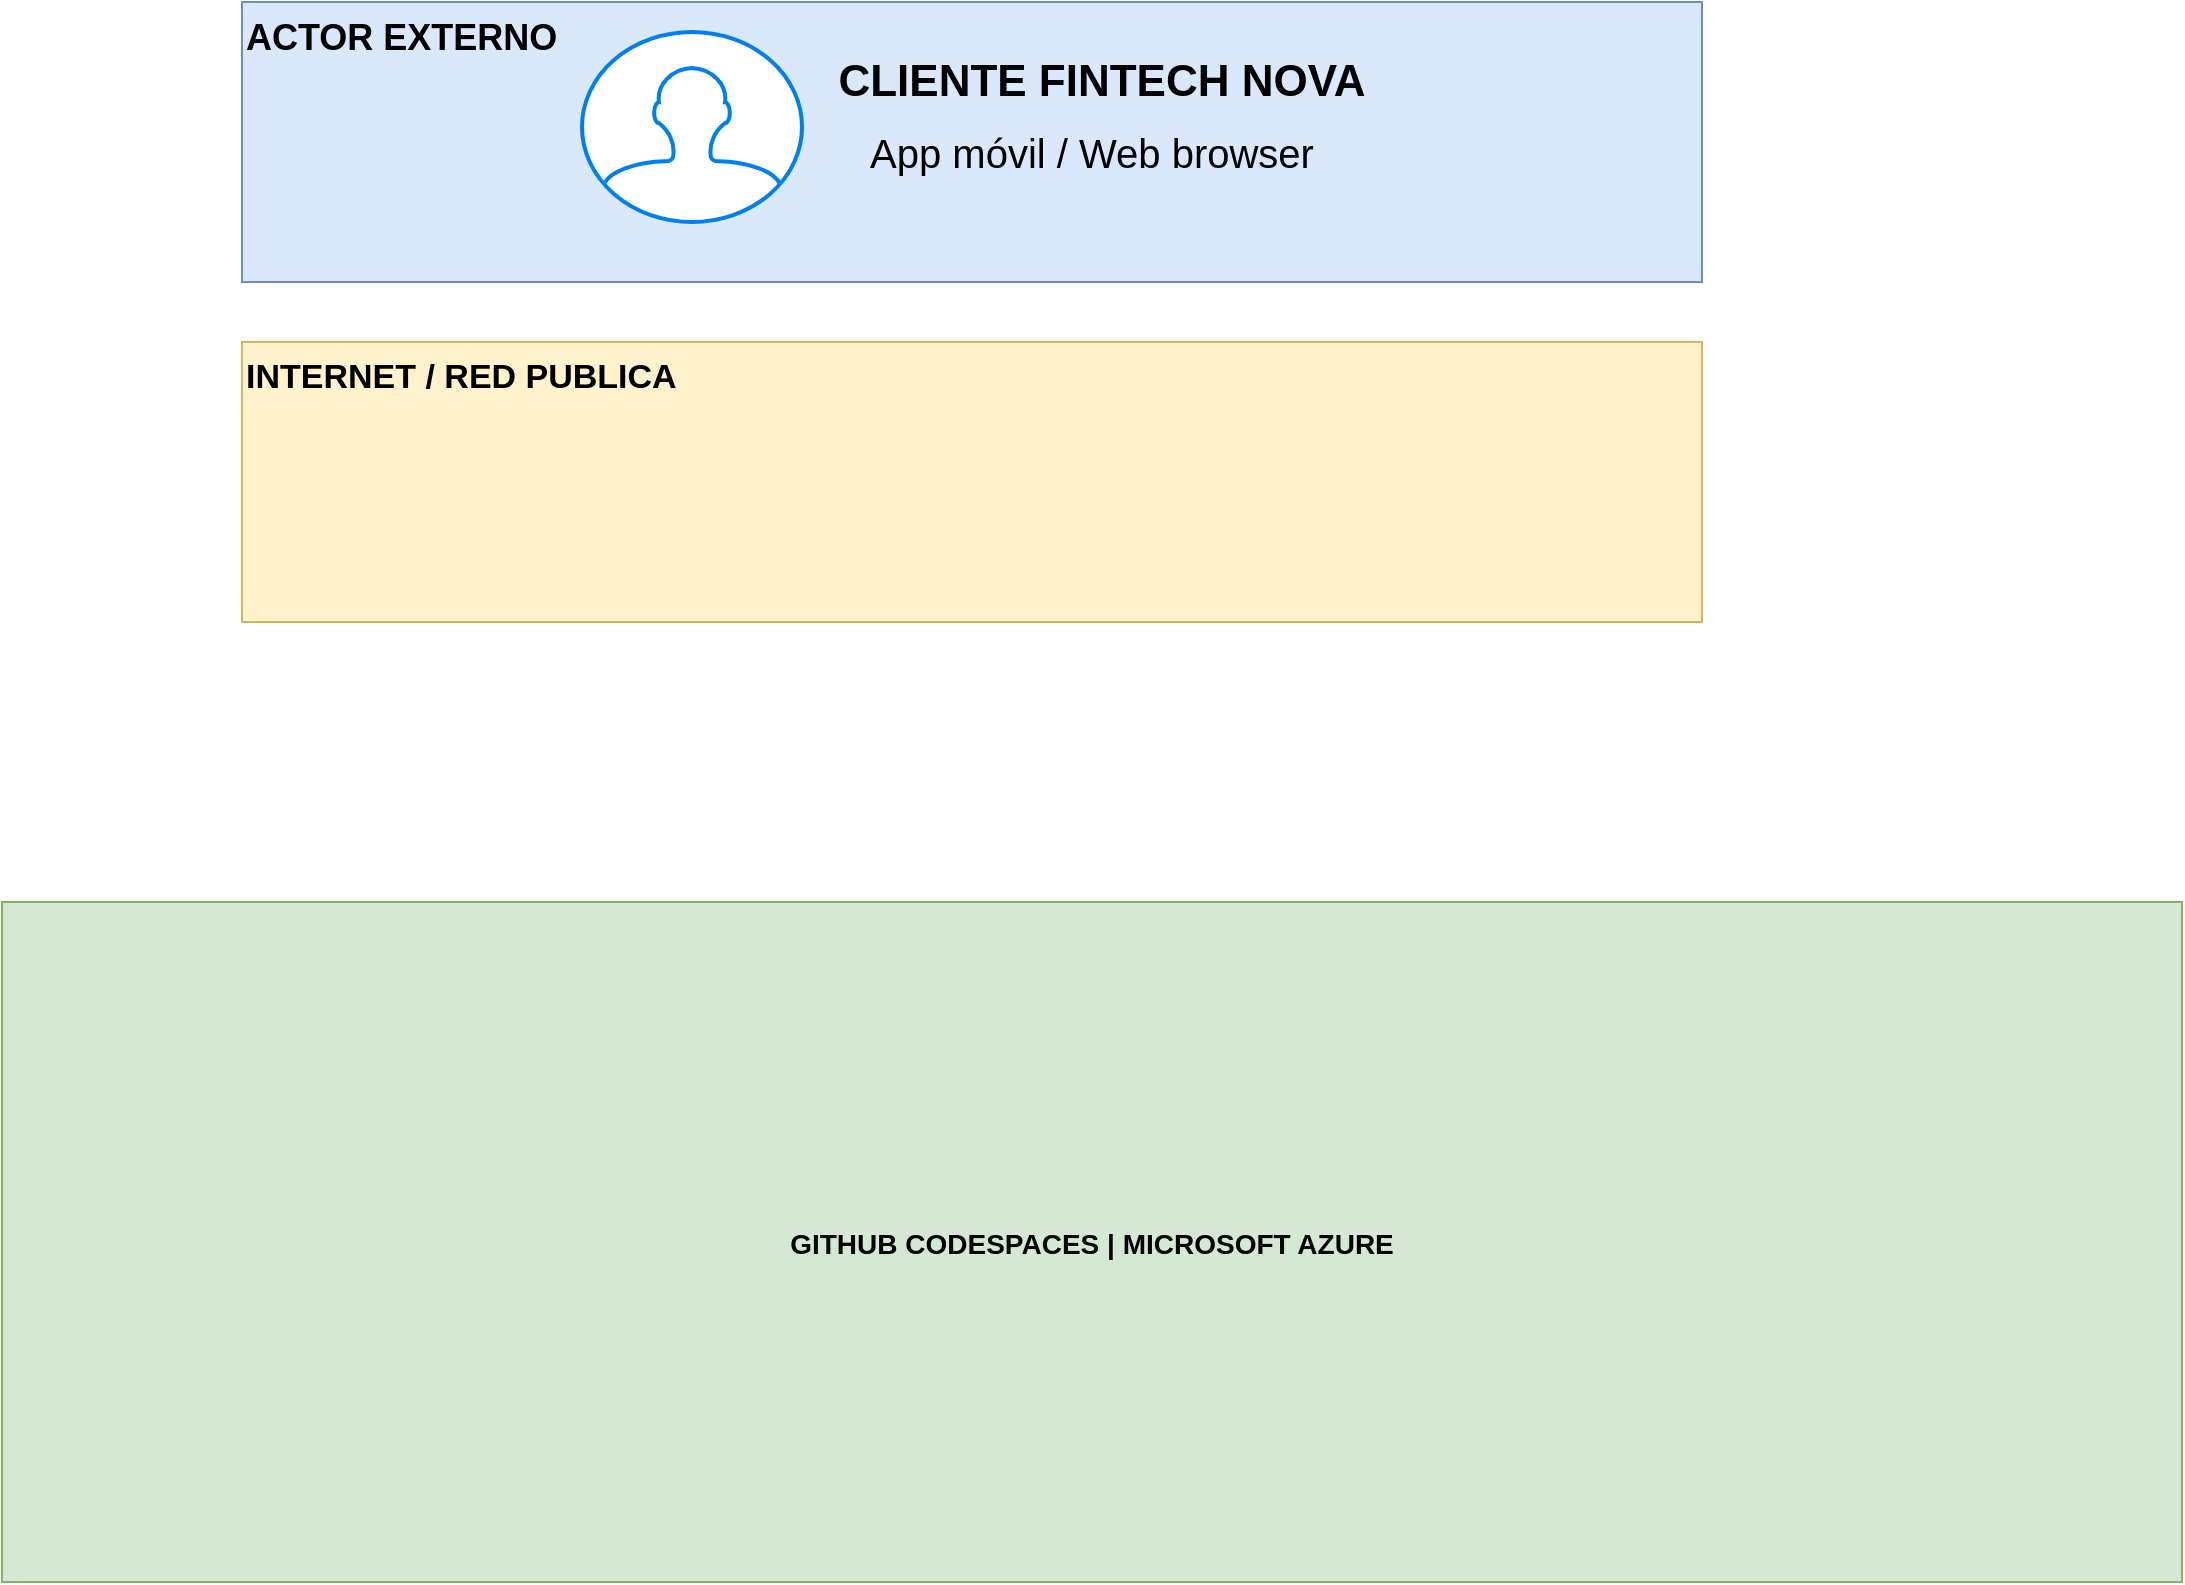
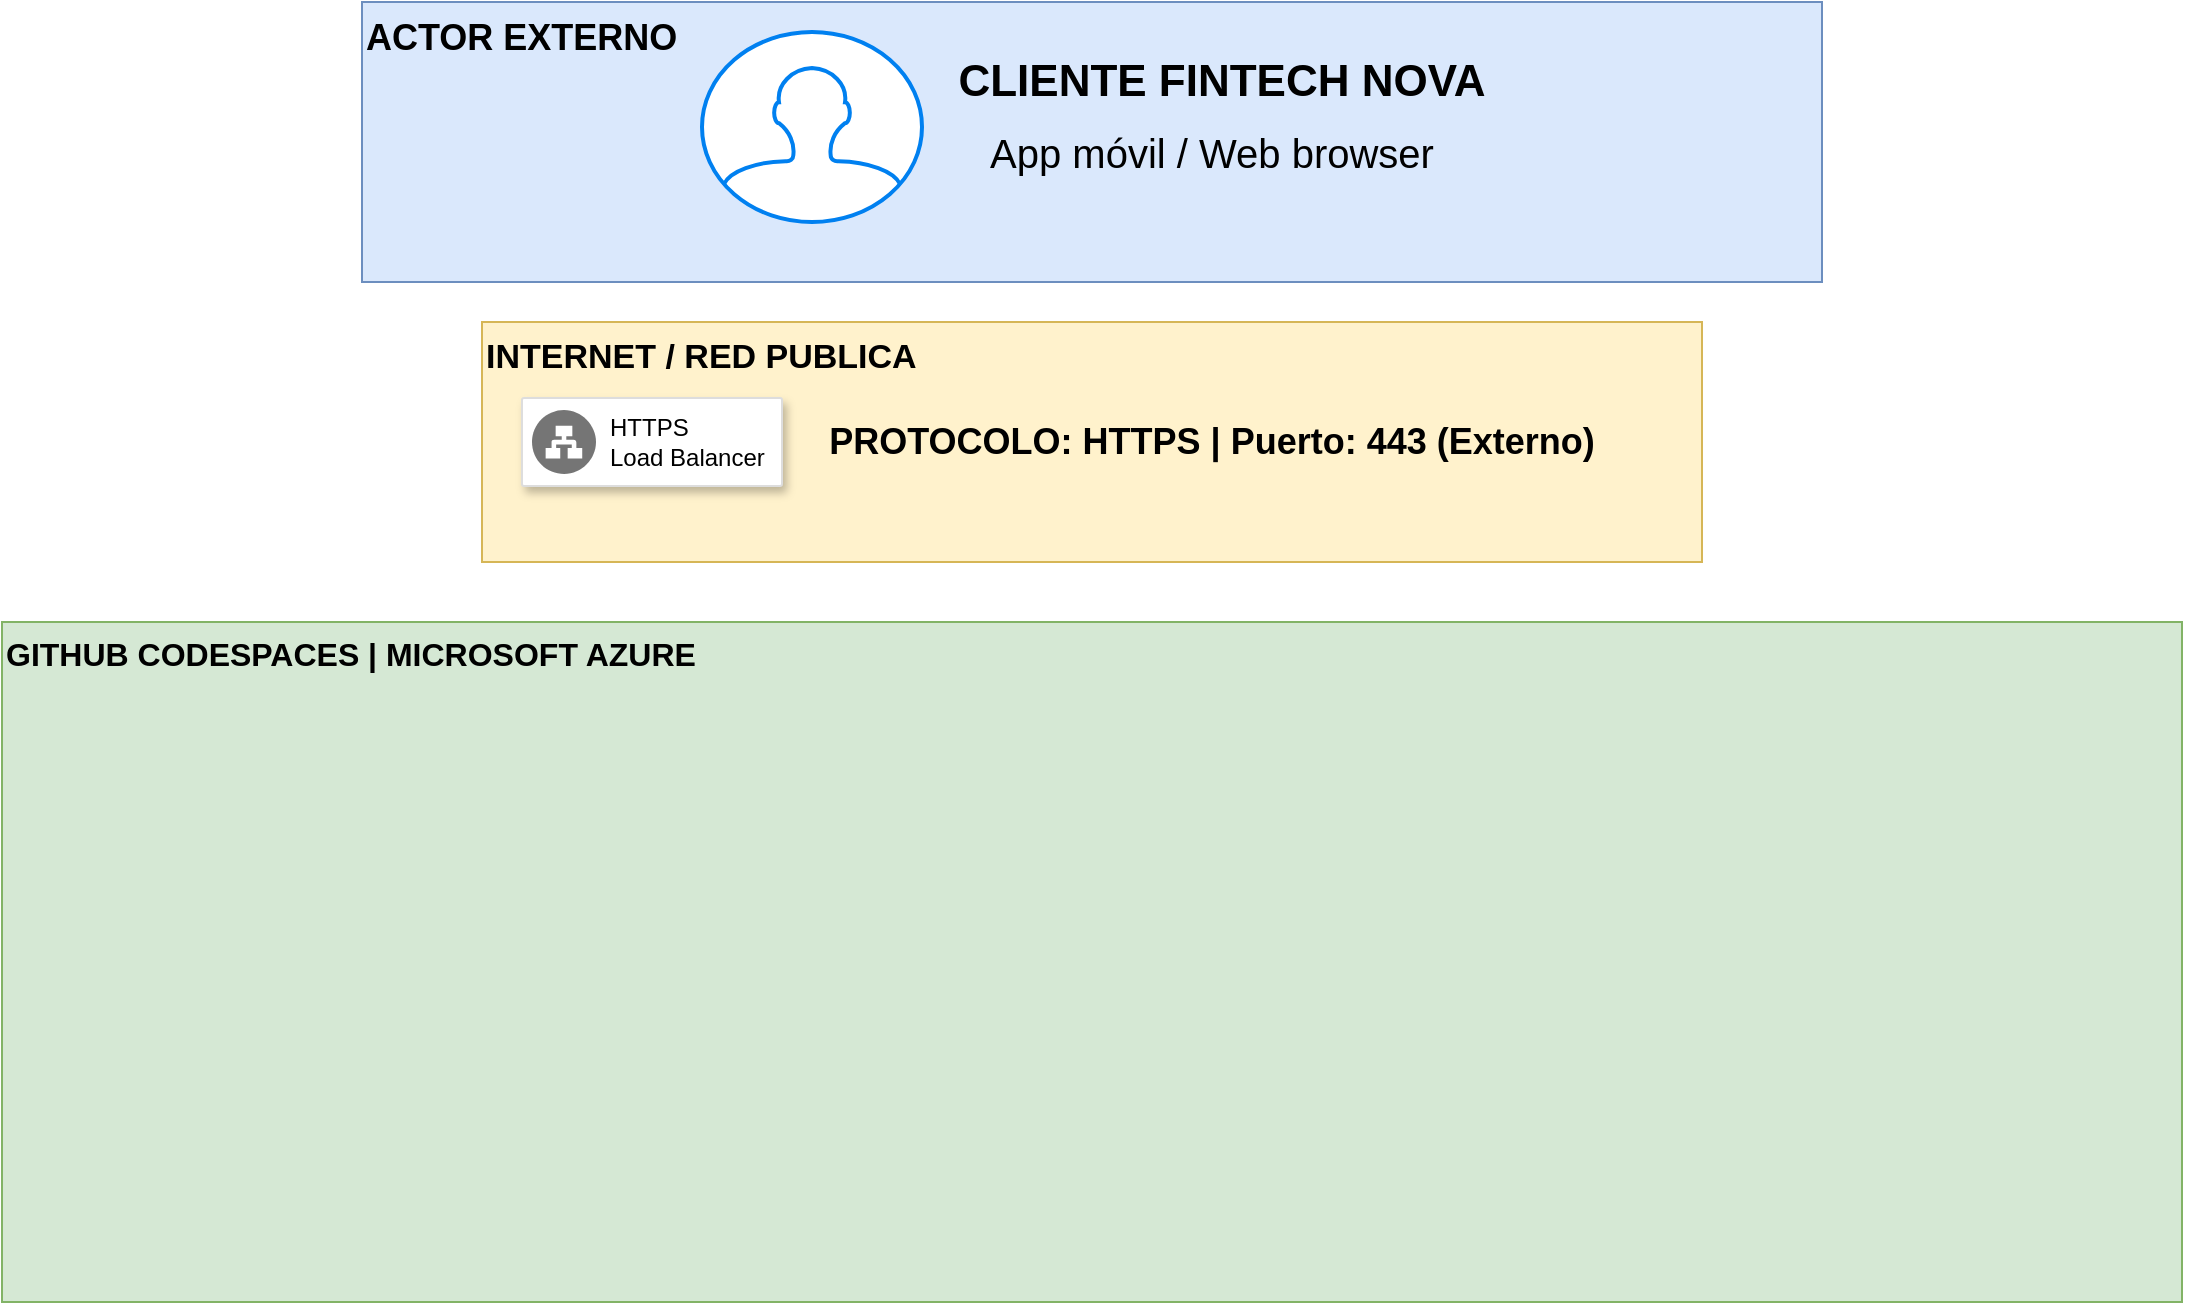
<mxfile host="app.diagrams.net">
  <diagram name="Página-1" id="2bYSpyA3Dfak7f0DMBfR">
-     <mxGraphModel dx="1152" dy="1323" grid="1" gridSize="10" guides="1" tooltips="1" connect="1" arrows="1" fold="1" page="1" pageScale="1" pageWidth="1169" pageHeight="827" math="0" shadow="0">
+     <mxGraphModel dx="1132" dy="1323" grid="1" gridSize="10" guides="1" tooltips="1" connect="1" arrows="1" fold="1" page="1" pageScale="1" pageWidth="1169" pageHeight="827" math="0" shadow="0">
      <root>
        <mxCell id="0" />
        <mxCell id="1" parent="0" />
        <mxCell id="TyJ0rt2JkgR6ljCwjSKc-2" parent="1" style="fillColor=#dae8fc;strokeColor=#6c8ebf;fontSize=18;fontStyle=1;align=left;verticalAlign=top;" value="ACTOR EXTERNO" vertex="1">
-           <mxGeometry height="140" width="730" x="140" y="10" as="geometry" />
+           <mxGeometry height="140" width="730" x="220" y="30" as="geometry" />
        </mxCell>
        <mxCell id="TyJ0rt2JkgR6ljCwjSKc-3" parent="1" style="fillColor=#fff2cc;strokeColor=#d6b656;fontSize=17;fontStyle=1;align=left;verticalAlign=top;" value="INTERNET / RED PUBLICA" vertex="1">
-           <mxGeometry height="140" width="730" x="140" y="180" as="geometry" />
+           <mxGeometry height="120" width="610" x="280" y="190" as="geometry" />
        </mxCell>
-         <mxCell id="TyJ0rt2JkgR6ljCwjSKc-4" parent="1" style="fillColor=#d5e8d4;strokeColor=#82b366;fontSize=14;fontStyle=1;" value="GITHUB CODESPACES | MICROSOFT AZURE" vertex="1">
-           <mxGeometry height="340" width="1090" x="20" y="460" as="geometry" />
+         <mxCell id="TyJ0rt2JkgR6ljCwjSKc-4" parent="1" style="fillColor=#d5e8d4;strokeColor=#82b366;fontSize=16;fontStyle=1;align=left;verticalAlign=top;" value="GITHUB CODESPACES | MICROSOFT AZURE" vertex="1">
+           <mxGeometry height="340" width="1090" x="40" y="340" as="geometry" />
        </mxCell>
        <mxCell id="TyJ0rt2JkgR6ljCwjSKc-5" parent="1" style="html=1;verticalLabelPosition=bottom;align=center;labelBackgroundColor=#ffffff;verticalAlign=top;strokeWidth=2;strokeColor=#0080F0;shadow=0;dashed=0;shape=mxgraph.ios7.icons.user;" value="" vertex="1">
-           <mxGeometry height="95" width="110" x="310" y="25" as="geometry" />
+           <mxGeometry height="95" width="110" x="390" y="45" as="geometry" />
        </mxCell>
        <mxCell id="TyJ0rt2JkgR6ljCwjSKc-8" parent="1" style="text;html=1;whiteSpace=wrap;strokeColor=none;fillColor=none;align=center;verticalAlign=middle;rounded=0;fontSize=16;" value="&lt;font style=&quot;font-size: 22px;&quot;&gt;&lt;b&gt;CLIENTE FINTECH NOVA&lt;/b&gt;&lt;/font&gt;" vertex="1">
-           <mxGeometry height="40" width="400" x="370" y="30" as="geometry" />
+           <mxGeometry height="40" width="400" x="450" y="50" as="geometry" />
        </mxCell>
        <mxCell id="TyJ0rt2JkgR6ljCwjSKc-9" parent="1" style="text;html=1;whiteSpace=wrap;strokeColor=none;fillColor=none;align=center;verticalAlign=middle;rounded=0;fontSize=16;" value="&lt;font style=&quot;font-size: 20px; color: light-dark(rgb(0, 0, 0), rgb(156, 156, 156));&quot;&gt;App móvil / Web browser&lt;/font&gt;" vertex="1">
-           <mxGeometry height="30" width="240" x="445" y="70" as="geometry" />
+           <mxGeometry height="30" width="240" x="525" y="90" as="geometry" />
+         </mxCell>
+         <mxCell id="TyJ0rt2JkgR6ljCwjSKc-10" parent="1" style="text;html=1;whiteSpace=wrap;strokeColor=none;fillColor=none;align=center;verticalAlign=middle;rounded=0;fontSize=16;" value="&lt;b&gt;&lt;font style=&quot;font-size: 18px;&quot;&gt;PROTOCOLO: HTTPS | Puerto: 443 (Externo)&lt;/font&gt;&lt;/b&gt;" vertex="1">
+           <mxGeometry height="15" width="390" x="450" y="242.5" as="geometry" />
+         </mxCell>
+         <mxCell id="TyJ0rt2JkgR6ljCwjSKc-12" parent="1" style="strokeColor=#dddddd;fillColor=#FFFFFF;shadow=1;strokeWidth=1;rounded=1;absoluteArcSize=1;arcSize=2;" value="" vertex="1">
+           <mxGeometry height="44" width="130" x="300" y="228" as="geometry" />
+         </mxCell>
+         <mxCell id="TyJ0rt2JkgR6ljCwjSKc-13" parent="TyJ0rt2JkgR6ljCwjSKc-12" style="sketch=0;dashed=0;connectable=0;html=1;fillColor=#757575;strokeColor=none;shape=mxgraph.gcp2.network_load_balancer;part=1;labelPosition=right;verticalLabelPosition=middle;align=left;verticalAlign=middle;spacingLeft=5;fontSize=12;" value="HTTPS&#xa;Load Balancer" vertex="1">
+           <mxGeometry height="32" relative="1" width="32" y="0.5" as="geometry">
+             <mxPoint x="5" y="-16" as="offset" />
+           </mxGeometry>
        </mxCell>
      </root>
    </mxGraphModel>
  </diagram>
</mxfile>
